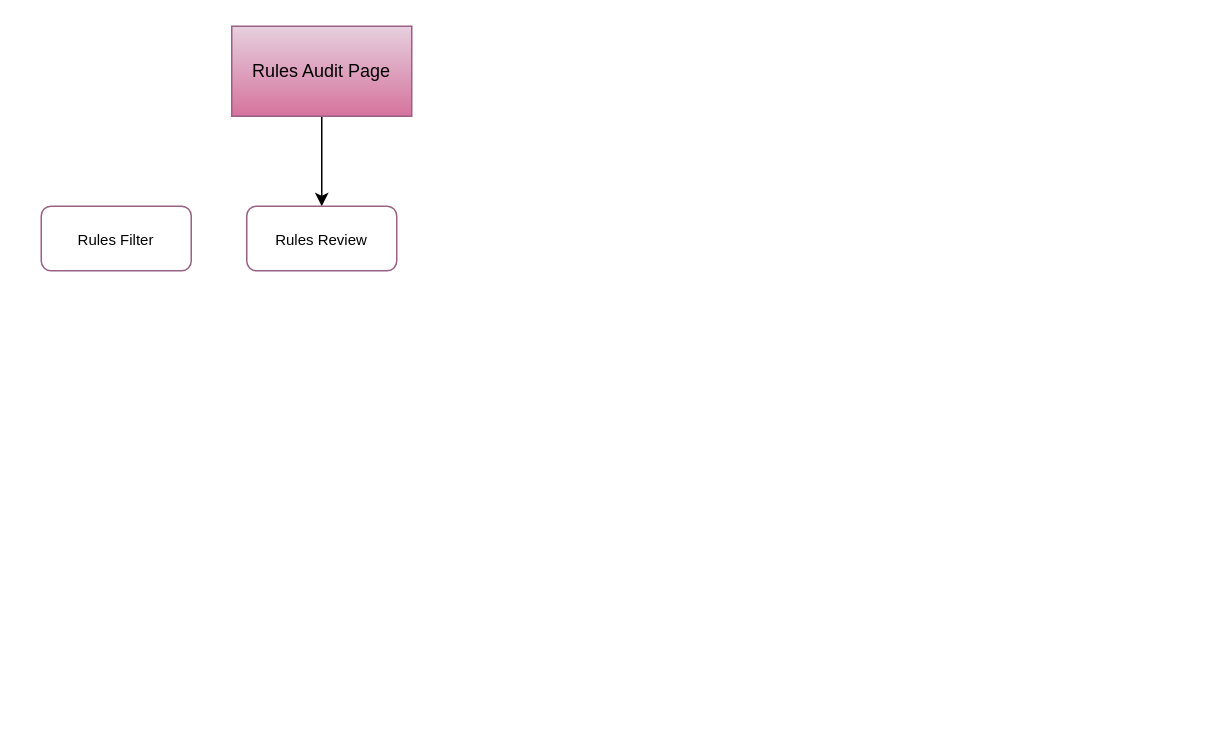
This is page "Pageflow" (3 of 3) of Drawings/RulesEngine/RulesEngine.drawio from RMSLowside/rmslow, a draw.io file, before an edit. Source tidied: cells renumbered, new cells numbered last; positions are measured from the earlier drawing's top-left corner, leaving out a move shared by most shapes. Both pictures are drawn from the tidied source at 150%, with x=0, y=0 at pixel (40, 26).
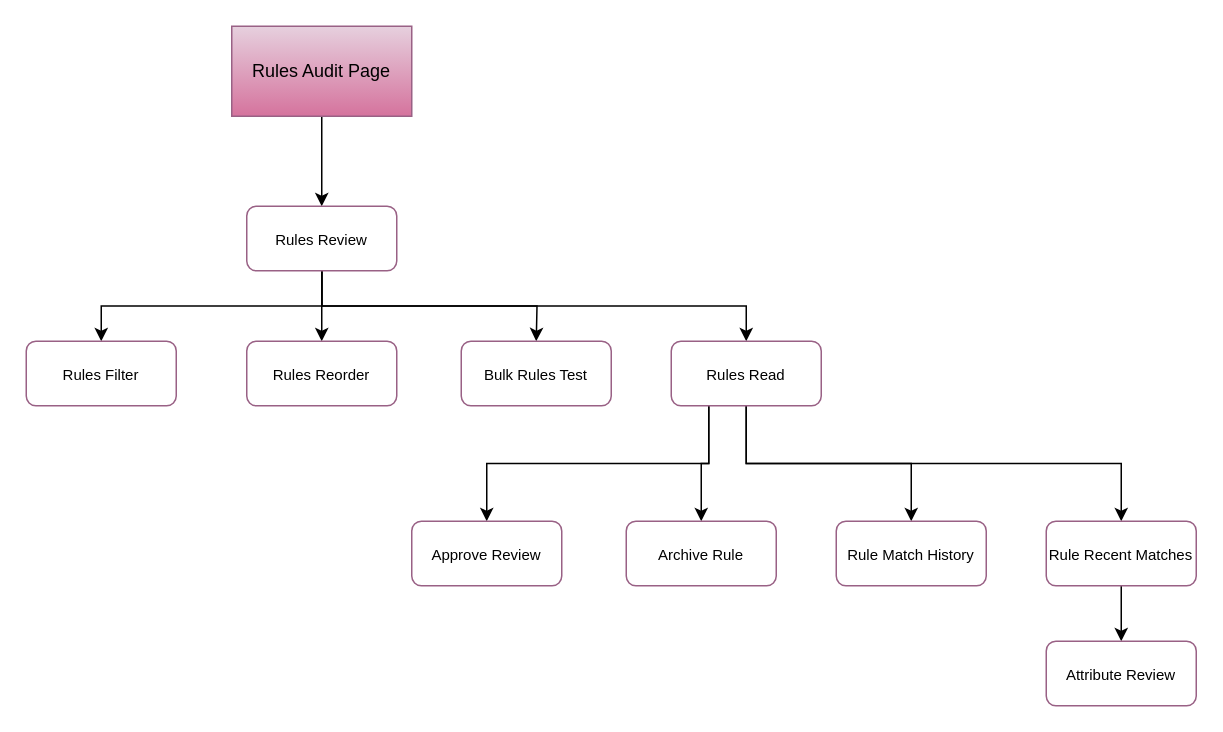
After the change.

The change refers to these unchanged cells:
```xml
<mxCell id="4" value="Rules Review" style="rounded=1;whiteSpace=wrap;html=1;strokeColor=#996185;fontSize=10;fillColor=#FFFFFF;" parent="1" vertex="1">
  <mxGeometry x="137" y="120" width="100" height="43" as="geometry" />
</mxCell>
```

Change to the diagram source:
```diff
@@
+    <mxCell id="6" style="edgeStyle=orthogonalEdgeStyle;rounded=0;jettySize=auto;html=1;exitX=0.5;exitY=1;exitDx=0;exitDy=0;entryX=0.5;entryY=0;entryDx=0;entryDy=0;" parent="1" edge="1" source="4" target="5">
+      <mxGeometry relative="1" as="geometry" />
+    </mxCell>
+    <mxCell id="7" style="edgeStyle=orthogonalEdgeStyle;rounded=0;jettySize=auto;html=1;exitX=0.5;exitY=1;exitDx=0;exitDy=0;" parent="1" edge="1" source="4">
+      <mxGeometry relative="1" as="geometry">
+        <mxPoint x="330" y="210" as="targetPoint" />
+      </mxGeometry>
+    </mxCell>
+    <mxCell id="8" style="edgeStyle=orthogonalEdgeStyle;rounded=0;jettySize=auto;html=1;exitX=0.5;exitY=1;exitDx=0;exitDy=0;entryX=0.5;entryY=0;entryDx=0;entryDy=0;" parent="1" edge="1" source="4" target="16">
+      <mxGeometry relative="1" as="geometry" />
+    </mxCell>
+    <mxCell id="9" style="edgeStyle=orthogonalEdgeStyle;rounded=0;jettySize=auto;html=1;exitX=0.5;exitY=1;exitDx=0;exitDy=0;entryX=0.5;entryY=0;entryDx=0;entryDy=0;" parent="1" edge="1" source="4" target="10">
+      <mxGeometry relative="1" as="geometry" />
+    </mxCell>
@@
     <mxCell id="5" value="Rules Filter" style="rounded=1;whiteSpace=wrap;html=1;strokeColor=#996185;fontSize=10;fillColor=#FFFFFF;" parent="1" vertex="1">
-      <mxGeometry y="120" width="100" height="43" as="geometry" />
+      <mxGeometry x="-10" y="210" width="100" height="43" as="geometry" />
     </mxCell>
+    <mxCell id="10" value="Rules Reorder" style="rounded=1;whiteSpace=wrap;html=1;strokeColor=#996185;fontSize=10;fillColor=#FFFFFF;" parent="1" vertex="1">
+      <mxGeometry x="137" y="210" width="100" height="43" as="geometry" />
+    </mxCell>
+    <mxCell id="11" value="Bulk Rules Test" style="rounded=1;whiteSpace=wrap;html=1;strokeColor=#996185;fontSize=10;fillColor=#FFFFFF;" parent="1" vertex="1">
+      <mxGeometry x="280" y="210" width="100" height="43" as="geometry" />
+    </mxCell>
+    <mxCell id="12" style="edgeStyle=orthogonalEdgeStyle;rounded=0;jettySize=auto;html=1;exitX=0.5;exitY=1;exitDx=0;exitDy=0;entryX=0.5;entryY=0;entryDx=0;entryDy=0;" parent="1" edge="1" source="16" target="17">
+      <mxGeometry relative="1" as="geometry" />
+    </mxCell>
+    <mxCell id="13" style="edgeStyle=orthogonalEdgeStyle;rounded=0;jettySize=auto;html=1;exitX=0.5;exitY=1;exitDx=0;exitDy=0;entryX=0.5;entryY=0;entryDx=0;entryDy=0;" parent="1" edge="1" source="16" target="19">
+      <mxGeometry relative="1" as="geometry" />
+    </mxCell>
+    <mxCell id="14" style="edgeStyle=orthogonalEdgeStyle;rounded=0;jettySize=auto;html=1;exitX=0.25;exitY=1;exitDx=0;exitDy=0;" parent="1" edge="1" source="16" target="21">
+      <mxGeometry relative="1" as="geometry" />
+    </mxCell>
+    <mxCell id="15" style="edgeStyle=orthogonalEdgeStyle;rounded=0;jettySize=auto;html=1;exitX=0.25;exitY=1;exitDx=0;exitDy=0;entryX=0.5;entryY=0;entryDx=0;entryDy=0;" parent="1" edge="1" source="16" target="22">
+      <mxGeometry relative="1" as="geometry" />
+    </mxCell>
+    <mxCell id="16" value="Rules Read" style="rounded=1;whiteSpace=wrap;html=1;strokeColor=#996185;fontSize=10;fillColor=#FFFFFF;" parent="1" vertex="1">
+      <mxGeometry x="420" y="210" width="100" height="43" as="geometry" />
+    </mxCell>
+    <mxCell id="17" value="Rule Match History" style="rounded=1;whiteSpace=wrap;html=1;strokeColor=#996185;fontSize=10;fillColor=#FFFFFF;" parent="1" vertex="1">
+      <mxGeometry x="530" y="330" width="100" height="43" as="geometry" />
+    </mxCell>
+    <mxCell id="18" style="edgeStyle=orthogonalEdgeStyle;rounded=0;jettySize=auto;html=1;exitX=0.5;exitY=1;exitDx=0;exitDy=0;entryX=0.5;entryY=0;entryDx=0;entryDy=0;" parent="1" edge="1" source="19" target="20">
+      <mxGeometry relative="1" as="geometry" />
+    </mxCell>
+    <mxCell id="19" value="Rule Recent Matches" style="rounded=1;whiteSpace=wrap;html=1;strokeColor=#996185;fontSize=10;fillColor=#FFFFFF;" parent="1" vertex="1">
+      <mxGeometry x="670" y="330" width="100" height="43" as="geometry" />
+    </mxCell>
+    <mxCell id="20" value="Attribute Review" style="rounded=1;whiteSpace=wrap;html=1;strokeColor=#996185;fontSize=10;fillColor=#FFFFFF;" parent="1" vertex="1">
+      <mxGeometry x="670" y="410" width="100" height="43" as="geometry" />
+    </mxCell>
+    <mxCell id="21" value="Archive Rule" style="rounded=1;whiteSpace=wrap;html=1;strokeColor=#996185;fontSize=10;fillColor=#FFFFFF;" parent="1" vertex="1">
+      <mxGeometry x="390" y="330" width="100" height="43" as="geometry" />
+    </mxCell>
+    <mxCell id="22" value="Approve Review" style="rounded=1;whiteSpace=wrap;html=1;strokeColor=#996185;fontSize=10;fillColor=#FFFFFF;" parent="1" vertex="1">
+      <mxGeometry x="247" y="330" width="100" height="43" as="geometry" />
+    </mxCell>
```
